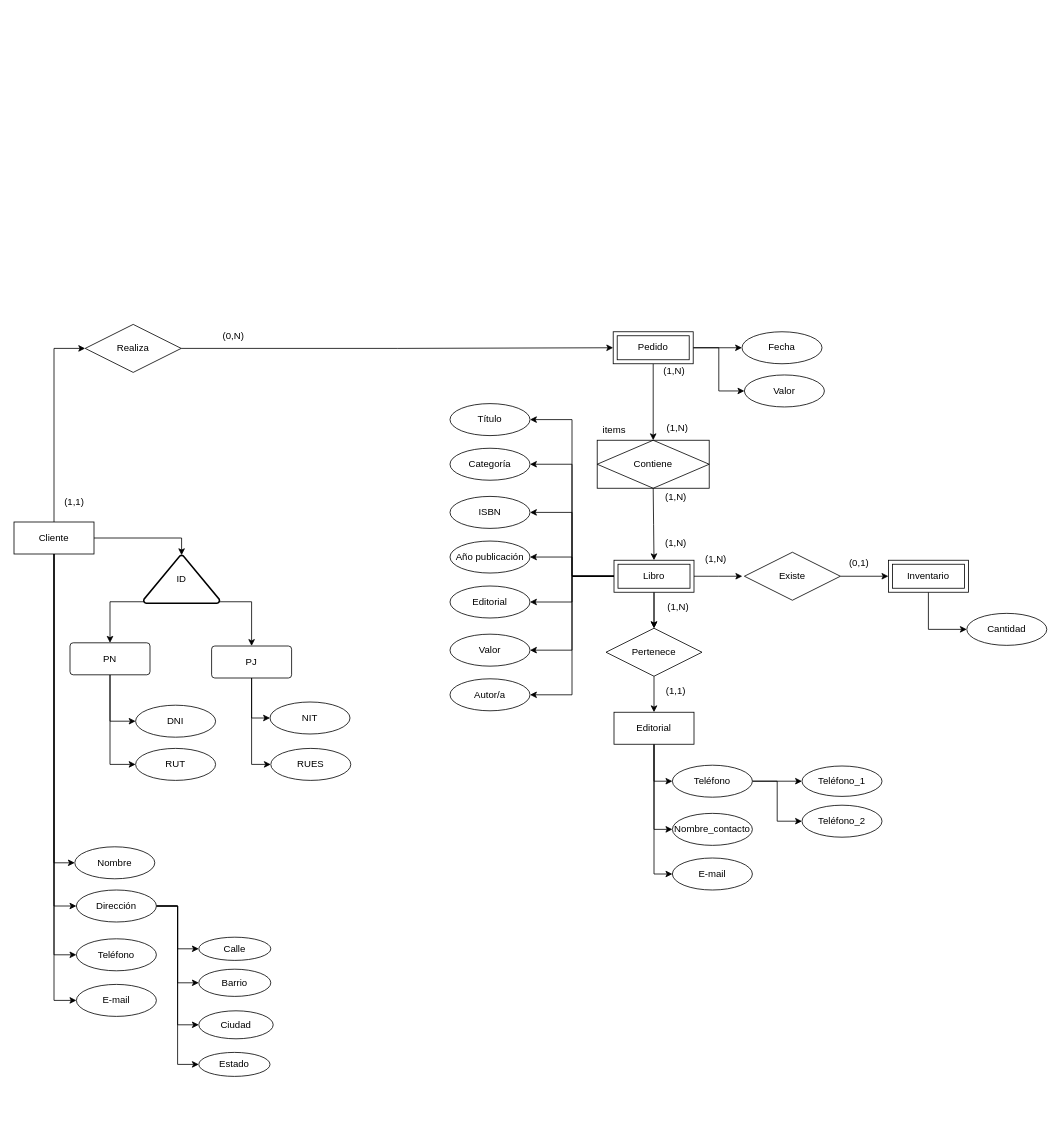
Earlier version of the draw.io diagram Diagrama sin título.drawio (gabymr10/Modelado-de-Base-de-Datos). Source tidied: cells renumbered, new cells numbered last; positions are measured from the earlier drawing's top-left corner, leaving out a move shared by most shapes. Both pictures are drawn from the tidied source at 80%, with x=0, y=0 at pixel (14, 324).
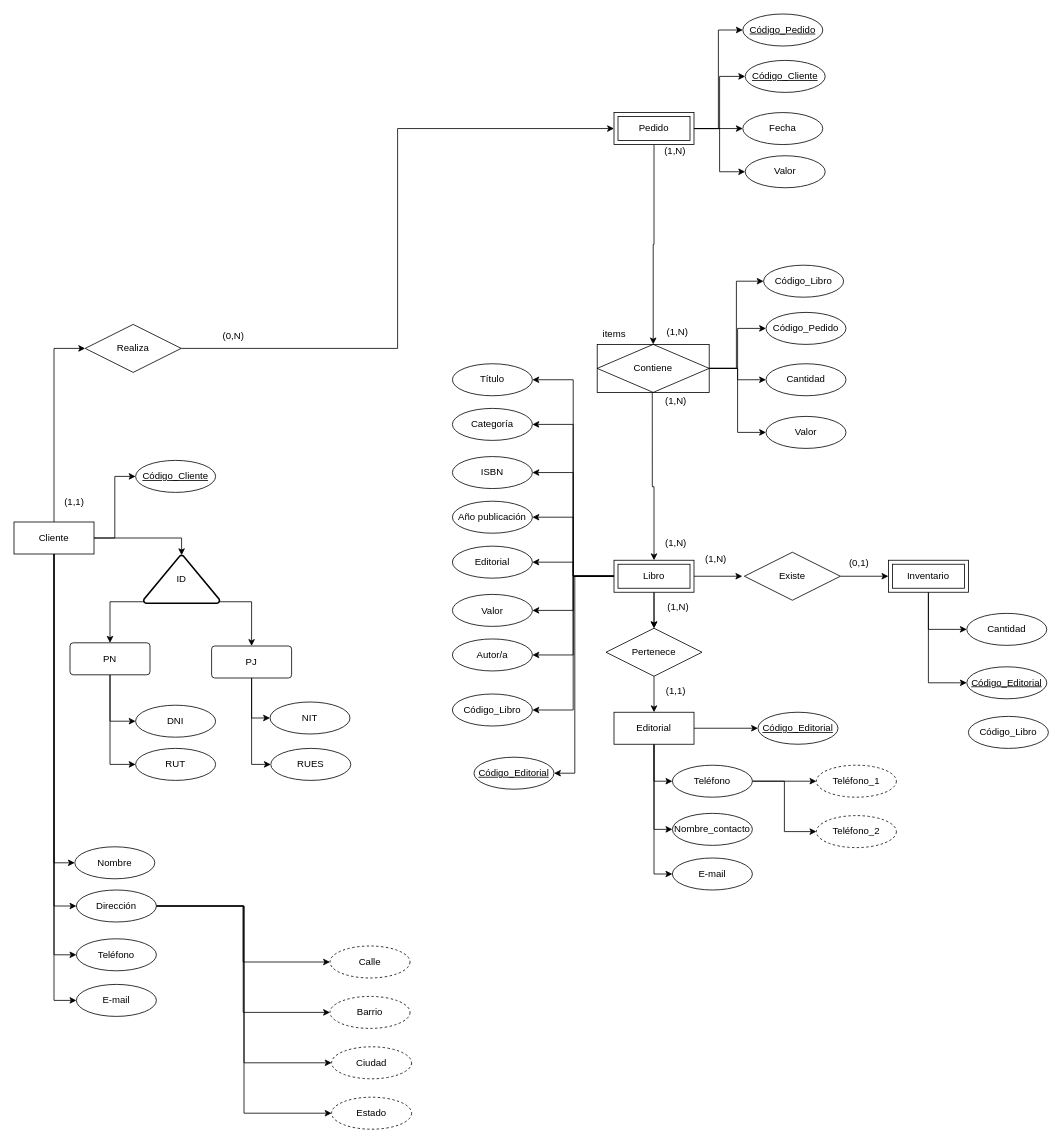
The same diagram, later.

Unchanged cells that the change refers to:
```xml
<mxCell id="7" value="Cliente" style="whiteSpace=wrap;html=1;align=center;" parent="1" vertex="1">
  <mxGeometry y="247" width="100" height="40" as="geometry" />
</mxCell>
<mxCell id="22" value="Libro" style="shape=ext;margin=3;double=1;whiteSpace=wrap;html=1;align=center;" parent="1" vertex="1">
  <mxGeometry x="750" y="294.8" width="100" height="40" as="geometry" />
</mxCell>
<mxCell id="26" value="Editorial" style="whiteSpace=wrap;html=1;align=center;" parent="1" vertex="1">
  <mxGeometry x="750" y="484.8" width="100" height="40" as="geometry" />
</mxCell>
<mxCell id="28" value="Inventario" style="shape=ext;margin=3;double=1;whiteSpace=wrap;html=1;align=center;" parent="1" vertex="1">
  <mxGeometry x="1093" y="294.8" width="100" height="40" as="geometry" />
</mxCell>
<mxCell id="87" value="Teléfono" style="ellipse;whiteSpace=wrap;html=1;align=center;" parent="1" vertex="1">
  <mxGeometry x="823" y="551" width="100" height="40" as="geometry" />
</mxCell>
```

What changed in the source:
```diff
@@
+    <mxCell id="92" style="edgeStyle=orthogonalEdgeStyle;rounded=0;jettySize=auto;html=1;entryX=0;entryY=0.5;entryDx=0;entryDy=0;" parent="1" edge="1" source="7" target="103">
+      <mxGeometry relative="1" as="geometry" />
+    </mxCell>
@@
+    <mxCell id="93" style="edgeStyle=orthogonalEdgeStyle;rounded=0;jettySize=auto;html=1;exitX=1;exitY=0.5;exitDx=0;exitDy=0;entryX=0;entryY=0.5;entryDx=0;entryDy=0;" parent="1" edge="1" source="11" target="105">
+      <mxGeometry relative="1" as="geometry" />
+    </mxCell>
+    <mxCell id="94" style="edgeStyle=orthogonalEdgeStyle;rounded=0;jettySize=auto;html=1;exitX=1;exitY=0.5;exitDx=0;exitDy=0;entryX=0;entryY=0.5;entryDx=0;entryDy=0;" parent="1" edge="1" source="11" target="106">
+      <mxGeometry relative="1" as="geometry" />
+    </mxCell>
     <mxCell id="11" value="Pedido" style="shape=ext;margin=3;double=1;whiteSpace=wrap;html=1;align=center;" parent="1" vertex="1">
-      <mxGeometry x="749" y="9.2" width="100" height="40" as="geometry" />
+      <mxGeometry x="750" y="-264.8" width="100" height="40" as="geometry" />
     </mxCell>
@@
+    <mxCell id="95" style="edgeStyle=orthogonalEdgeStyle;rounded=0;jettySize=auto;html=1;exitX=0;exitY=0.5;exitDx=0;exitDy=0;entryX=1;entryY=0.5;entryDx=0;entryDy=0;" parent="1" edge="1" source="22" target="110">
+      <mxGeometry relative="1" as="geometry" />
+    </mxCell>
+    <mxCell id="96" style="edgeStyle=orthogonalEdgeStyle;rounded=0;jettySize=auto;html=1;entryX=1;entryY=0.5;entryDx=0;entryDy=0;" parent="1" edge="1" source="22" target="114">
+      <mxGeometry relative="1" as="geometry">
+        <Array as="points">
+          <mxPoint x="701" y="315" />
+          <mxPoint x="701" y="561" />
+        </Array>
+      </mxGeometry>
+    </mxCell>
@@
+    <mxCell id="97" style="edgeStyle=orthogonalEdgeStyle;rounded=0;jettySize=auto;html=1;exitX=1;exitY=0.5;exitDx=0;exitDy=0;entryX=0;entryY=0.5;entryDx=0;entryDy=0;" parent="1" edge="1" source="26" target="104">
+      <mxGeometry relative="1" as="geometry" />
+    </mxCell>
@@
+    <mxCell id="98" style="edgeStyle=orthogonalEdgeStyle;rounded=0;jettySize=auto;html=1;exitX=0.5;exitY=1;exitDx=0;exitDy=0;entryX=0;entryY=0.5;entryDx=0;entryDy=0;" parent="1" edge="1" source="28" target="107">
+      <mxGeometry relative="1" as="geometry" />
+    </mxCell>
@@
-    <mxCell id="33" style="edgeStyle=orthogonalEdgeStyle;rounded=0;jettySize=auto;html=1;exitX=0.5;exitY=1;exitDx=0;exitDy=0;entryX=0.5;entryY=0;entryDx=0;entryDy=0;" parent="1" edge="1" target="22">
-      <mxGeometry relative="1" as="geometry">
-        <mxPoint x="799" y="204.8" as="sourcePoint" />
-      </mxGeometry>
+    <mxCell id="33" style="edgeStyle=orthogonalEdgeStyle;rounded=0;jettySize=auto;html=1;exitX=-0.083;exitY=0.064;exitDx=0;exitDy=0;entryX=0.5;entryY=0;entryDx=0;entryDy=0;exitPerimeter=0;" parent="1" edge="1" source="47" target="22">
+      <mxGeometry relative="1" as="geometry" />
     </mxCell>
     <mxCell id="34" value="(1,N)" style="text;html=1;align=center;verticalAlign=middle;strokeColor=none;fillColor=none;" parent="1" vertex="1">
-      <mxGeometry x="800" y="42.8" width="50" height="30" as="geometry" />
+      <mxGeometry x="801" y="-231.2" width="50" height="30" as="geometry" />
     </mxCell>
@@
+    <mxCell id="99" style="edgeStyle=orthogonalEdgeStyle;rounded=0;jettySize=auto;html=1;exitX=1;exitY=0.5;exitDx=0;exitDy=0;entryX=0;entryY=0.5;entryDx=0;entryDy=0;" parent="1" edge="1" source="44" target="112">
+      <mxGeometry relative="1" as="geometry" />
+    </mxCell>
+    <mxCell id="100" style="edgeStyle=orthogonalEdgeStyle;rounded=0;jettySize=auto;html=1;" parent="1" edge="1" source="44" target="113">
+      <mxGeometry relative="1" as="geometry" />
+    </mxCell>
+    <mxCell id="101" style="edgeStyle=orthogonalEdgeStyle;rounded=0;jettySize=auto;html=1;entryX=0;entryY=0.5;entryDx=0;entryDy=0;" parent="1" edge="1" source="44" target="108">
+      <mxGeometry relative="1" as="geometry" />
+    </mxCell>
+    <mxCell id="102" style="edgeStyle=orthogonalEdgeStyle;rounded=0;jettySize=auto;html=1;entryX=0;entryY=0.5;entryDx=0;entryDy=0;" parent="1" edge="1" source="44" target="109">
+      <mxGeometry relative="1" as="geometry" />
+    </mxCell>
     <mxCell id="44" value="Contiene" style="shape=associativeEntity;whiteSpace=wrap;html=1;align=center;" parent="1" vertex="1">
-      <mxGeometry x="729" y="144.8" width="140" height="60" as="geometry" />
+      <mxGeometry x="729" y="25" width="140" height="60" as="geometry" />
     </mxCell>
     <mxCell id="45" value="items" style="text;html=1;align=center;verticalAlign=middle;strokeColor=none;fillColor=none;" parent="1" vertex="1">
-      <mxGeometry x="726" y="118.8" width="47" height="26" as="geometry" />
+      <mxGeometry x="726" y="-1" width="47" height="26" as="geometry" />
     </mxCell>
     <mxCell id="46" value="(1,N)" style="text;html=1;align=center;verticalAlign=middle;strokeColor=none;fillColor=none;" parent="1" vertex="1">
-      <mxGeometry x="804" y="114.8" width="50" height="30" as="geometry" />
+      <mxGeometry x="804" y="-5" width="50" height="30" as="geometry" />
     </mxCell>
     <mxCell id="47" value="(1,N)" style="text;html=1;align=center;verticalAlign=middle;points=[];strokeColor=none;fillColor=none;" parent="1" vertex="1">
-      <mxGeometry x="802" y="200.8" width="50" height="30" as="geometry" />
+      <mxGeometry x="802" y="81" width="50" height="30" as="geometry" />
     </mxCell>
@@
-    <mxCell id="56" value="Calle" style="ellipse;whiteSpace=wrap;html=1;align=center;" parent="1" vertex="1">
-      <mxGeometry x="231" y="766" width="90" height="29" as="geometry" />
-    </mxCell>
-    <mxCell id="57" value="Barrio" style="ellipse;whiteSpace=wrap;html=1;align=center;" parent="1" vertex="1">
-      <mxGeometry x="231" y="806" width="90" height="34" as="geometry" />
-    </mxCell>
-    <mxCell id="58" value="Ciudad" style="ellipse;whiteSpace=wrap;html=1;align=center;" parent="1" vertex="1">
-      <mxGeometry x="231" y="858" width="93" height="35" as="geometry" />
-    </mxCell>
-    <mxCell id="59" value="Estado" style="ellipse;whiteSpace=wrap;html=1;align=center;" parent="1" vertex="1">
-      <mxGeometry x="231" y="910" width="89" height="30" as="geometry" />
-    </mxCell>
@@
     <mxCell id="75" value="Fecha" style="ellipse;whiteSpace=wrap;html=1;align=center;" parent="1" vertex="1">
-      <mxGeometry x="910" y="9.2" width="100" height="40" as="geometry" />
+      <mxGeometry x="911" y="-264.8" width="100" height="40" as="geometry" />
     </mxCell>
     <mxCell id="76" value="Valor" style="ellipse;whiteSpace=wrap;html=1;align=center;" parent="1" vertex="1">
-      <mxGeometry x="913" y="63.2" width="100" height="40" as="geometry" />
+      <mxGeometry x="914" y="-210.8" width="100" height="40" as="geometry" />
     </mxCell>
@@
     <mxCell id="78" value="Título" style="ellipse;whiteSpace=wrap;html=1;align=center;" parent="1" vertex="1">
-      <mxGeometry x="545" y="99" width="100" height="40" as="geometry" />
+      <mxGeometry x="548" y="49.2" width="100" height="40" as="geometry" />
     </mxCell>
     <mxCell id="79" value="Categoría" style="ellipse;whiteSpace=wrap;html=1;align=center;" parent="1" vertex="1">
-      <mxGeometry x="545" y="154.8" width="100" height="40" as="geometry" />
+      <mxGeometry x="548" y="105" width="100" height="40" as="geometry" />
     </mxCell>
     <mxCell id="80" value="ISBN" style="ellipse;whiteSpace=wrap;html=1;align=center;" parent="1" vertex="1">
-      <mxGeometry x="545" y="215" width="100" height="40" as="geometry" />
+      <mxGeometry x="548" y="165.2" width="100" height="40" as="geometry" />
     </mxCell>
     <mxCell id="81" value="Año publicación" style="ellipse;whiteSpace=wrap;html=1;align=center;" parent="1" vertex="1">
-      <mxGeometry x="545" y="270.8" width="100" height="40" as="geometry" />
+      <mxGeometry x="548" y="221" width="100" height="40" as="geometry" />
     </mxCell>
     <mxCell id="82" value="Editorial" style="ellipse;whiteSpace=wrap;html=1;align=center;" parent="1" vertex="1">
-      <mxGeometry x="545" y="327" width="100" height="40" as="geometry" />
+      <mxGeometry x="548" y="277.2" width="100" height="40" as="geometry" />
     </mxCell>
     <mxCell id="83" value="Valor" style="ellipse;whiteSpace=wrap;html=1;align=center;" parent="1" vertex="1">
-      <mxGeometry x="545" y="387.2" width="100" height="40" as="geometry" />
+      <mxGeometry x="548" y="337.5" width="100" height="40" as="geometry" />
     </mxCell>
     <mxCell id="84" value="Autor/a" style="ellipse;whiteSpace=wrap;html=1;align=center;" parent="1" vertex="1">
-      <mxGeometry x="545" y="443" width="100" height="40" as="geometry" />
+      <mxGeometry x="548" y="393.2" width="100" height="40" as="geometry" />
     </mxCell>
-    <mxCell id="85" style="edgeStyle=orthogonalEdgeStyle;rounded=0;jettySize=auto;html=1;exitX=1;exitY=0.5;exitDx=0;exitDy=0;" parent="1" edge="1" source="87" target="90">
+    <mxCell id="85" style="edgeStyle=orthogonalEdgeStyle;rounded=0;jettySize=auto;html=1;exitX=1;exitY=0.5;exitDx=0;exitDy=0;entryX=0;entryY=0.5;entryDx=0;entryDy=0;" parent="1" edge="1" source="87" target="90">
       <mxGeometry relative="1" as="geometry" />
     </mxCell>
@@
+    <mxCell id="103" value="Código_Cliente" style="ellipse;whiteSpace=wrap;html=1;align=center;fontStyle=4;" parent="1" vertex="1">
+      <mxGeometry x="152" y="170" width="100" height="40" as="geometry" />
+    </mxCell>
+    <mxCell id="104" value="Código_Editorial" style="ellipse;whiteSpace=wrap;html=1;align=center;fontStyle=4;" parent="1" vertex="1">
+      <mxGeometry x="930" y="484.8" width="100" height="40" as="geometry" />
+    </mxCell>
+    <mxCell id="105" value="Código_Cliente" style="ellipse;whiteSpace=wrap;html=1;align=center;fontStyle=4;" parent="1" vertex="1">
+      <mxGeometry x="914" y="-330" width="100" height="40" as="geometry" />
+    </mxCell>
+    <mxCell id="106" value="Código_Pedido" style="ellipse;whiteSpace=wrap;html=1;align=center;fontStyle=4;" parent="1" vertex="1">
+      <mxGeometry x="911" y="-388" width="100" height="40" as="geometry" />
+    </mxCell>
+    <mxCell id="107" value="Código_Editorial" style="ellipse;whiteSpace=wrap;html=1;align=center;fontStyle=4;" parent="1" vertex="1">
+      <mxGeometry x="1191" y="428" width="100" height="40" as="geometry" />
+    </mxCell>
+    <mxCell id="108" value="Cantidad" style="ellipse;whiteSpace=wrap;html=1;align=center;" parent="1" vertex="1">
+      <mxGeometry x="940" y="49.2" width="100" height="40" as="geometry" />
+    </mxCell>
+    <mxCell id="109" value="Valor" style="ellipse;whiteSpace=wrap;html=1;align=center;" parent="1" vertex="1">
+      <mxGeometry x="940" y="115" width="100" height="40" as="geometry" />
+    </mxCell>
+    <mxCell id="110" value="Código_Libro" style="ellipse;whiteSpace=wrap;html=1;align=center;" parent="1" vertex="1">
+      <mxGeometry x="548" y="462" width="100" height="40" as="geometry" />
+    </mxCell>
+    <mxCell id="111" value="Código_Libro" style="ellipse;whiteSpace=wrap;html=1;align=center;" parent="1" vertex="1">
+      <mxGeometry x="1193" y="490" width="100" height="40" as="geometry" />
+    </mxCell>
+    <mxCell id="112" value="Código_Libro" style="ellipse;whiteSpace=wrap;html=1;align=center;" parent="1" vertex="1">
+      <mxGeometry x="937" y="-74" width="100" height="40" as="geometry" />
+    </mxCell>
+    <mxCell id="113" value="Código_Pedido" style="ellipse;whiteSpace=wrap;html=1;align=center;" parent="1" vertex="1">
+      <mxGeometry x="940" y="-15" width="100" height="40" as="geometry" />
+    </mxCell>
+    <mxCell id="57" value="Barrio" style="ellipse;whiteSpace=wrap;html=1;align=center;dashed=1;" parent="1" vertex="1">
+      <mxGeometry x="395" y="840" width="100" height="40" as="geometry" />
+    </mxCell>
+    <mxCell id="56" value="Calle" style="ellipse;whiteSpace=wrap;html=1;align=center;dashed=1;" parent="1" vertex="1">
+      <mxGeometry x="395" y="777" width="100" height="40" as="geometry" />
+    </mxCell>
+    <mxCell id="58" value="Ciudad" style="ellipse;whiteSpace=wrap;html=1;align=center;dashed=1;" parent="1" vertex="1">
+      <mxGeometry x="397" y="903" width="100" height="40" as="geometry" />
+    </mxCell>
+    <mxCell id="59" value="Estado" style="ellipse;whiteSpace=wrap;html=1;align=center;dashed=1;" parent="1" vertex="1">
+      <mxGeometry x="397" y="966" width="100" height="40" as="geometry" />
+    </mxCell>
+    <mxCell id="91" value="Teléfono_2" style="ellipse;whiteSpace=wrap;html=1;align=center;dashed=1;" parent="1" vertex="1">
+      <mxGeometry x="1003" y="614" width="100" height="40" as="geometry" />
+    </mxCell>
-    <mxCell id="90" value="Teléfono_1" style="ellipse;whiteSpace=wrap;html=1;align=center;" parent="1" vertex="1">
-      <mxGeometry x="985" y="552" width="100" height="38" as="geometry" />
+    <mxCell id="90" value="Teléfono_1" style="ellipse;whiteSpace=wrap;html=1;align=center;dashed=1;" parent="1" vertex="1">
+      <mxGeometry x="1003" y="551" width="100" height="40" as="geometry" />
     </mxCell>
-    <mxCell id="91" value="Teléfono_2" style="ellipse;whiteSpace=wrap;html=1;align=center;" parent="1" vertex="1">
-      <mxGeometry x="985" y="601" width="100" height="40" as="geometry" />
-    </mxCell>
+    <mxCell id="114" value="Código_Editorial" style="ellipse;whiteSpace=wrap;html=1;align=center;fontStyle=4;" parent="1" vertex="1">
+      <mxGeometry x="575" y="541" width="100" height="40" as="geometry" />
+    </mxCell>
```
